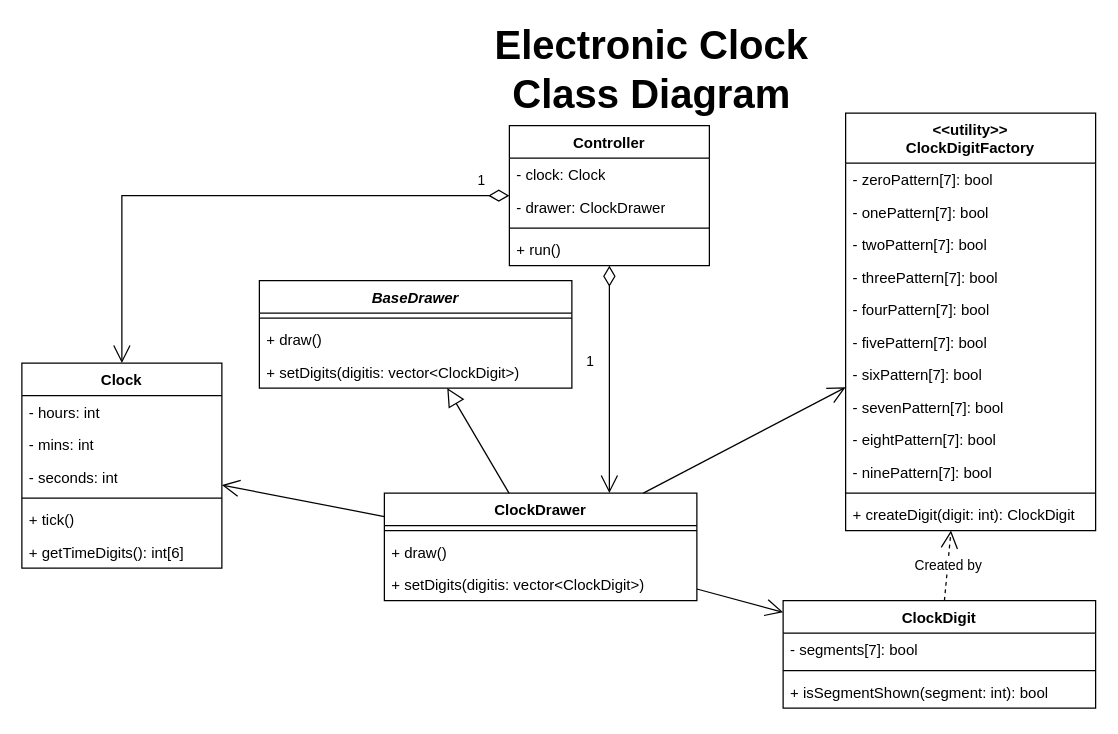
Above: ElectronicClock/uml-classes.drawio in ZipS1/ElectronicClock (draw.io), before the change. Source tidied: cells renumbered, new cells numbered last; positions are measured from the earlier drawing's top-left corner, leaving out a move shared by most shapes. Both pictures are drawn from the tidied source at 125%, with x=0, y=0 at pixel (21, 25).
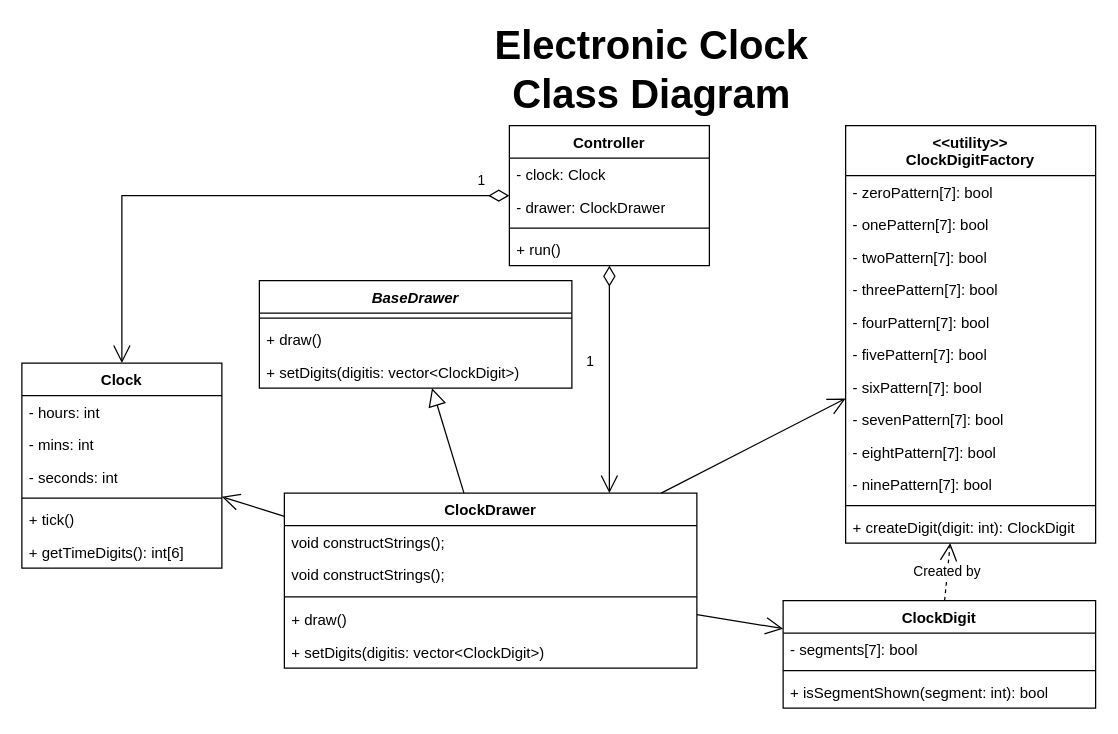
Above is the later version.

Commit message (it also covers changes not shown here):
Make polymorphism!

What changed in the source:
```diff
@@
     <mxCell id="11" value="ClockDrawer" style="swimlane;fontStyle=1;align=center;verticalAlign=top;horizontal=1;startSize=26;whiteSpace=wrap;html=1;" parent="1" vertex="1">
-      <mxGeometry x="290" y="374" width="250" height="86" as="geometry" />
+      <mxGeometry x="210" y="374" width="330" height="140" as="geometry" />
     </mxCell>
+    <mxCell id="47" value="&lt;div&gt;void constructStrings();&lt;/div&gt;&lt;div&gt;&lt;br&gt;&lt;/div&gt;" style="text;strokeColor=none;fillColor=none;align=left;verticalAlign=top;spacingLeft=4;spacingRight=4;overflow=hidden;whiteSpace=wrap;html=1;" parent="11" vertex="1">
+      <mxGeometry y="26" width="330" height="26" as="geometry" />
+    </mxCell>
+    <mxCell id="48" value="&lt;div&gt;void constructStrings();&lt;/div&gt;&lt;div&gt;&lt;br&gt;&lt;/div&gt;" style="text;strokeColor=none;fillColor=none;align=left;verticalAlign=top;spacingLeft=4;spacingRight=4;overflow=hidden;whiteSpace=wrap;html=1;" parent="11" vertex="1">
+      <mxGeometry y="52" width="330" height="26" as="geometry" />
+    </mxCell>
     <mxCell id="12" style="line;strokeWidth=1;fillColor=none;align=left;verticalAlign=middle;spacingTop=-1;spacingLeft=3;spacingRight=3;labelPosition=right;strokeColor=inherit;" parent="11" vertex="1">
-      <mxGeometry y="26" width="250" height="8" as="geometry" />
+      <mxGeometry y="78" width="330" height="10" as="geometry" />
     </mxCell>
     <mxCell id="13" value="+ draw()" style="text;strokeColor=none;fillColor=none;align=left;verticalAlign=top;spacingLeft=4;spacingRight=4;overflow=hidden;whiteSpace=wrap;html=1;" parent="11" vertex="1">
-      <mxGeometry y="34" width="250" height="26" as="geometry" />
+      <mxGeometry y="88" width="330" height="26" as="geometry" />
     </mxCell>
     <mxCell id="14" value="+ setDigits(digitis: vector&amp;lt;ClockDigit&amp;gt;)" style="text;strokeColor=none;fillColor=none;align=left;verticalAlign=top;spacingLeft=4;spacingRight=4;overflow=hidden;whiteSpace=wrap;html=1;" parent="11" vertex="1">
-      <mxGeometry y="60" width="250" height="26" as="geometry" />
+      <mxGeometry y="114" width="330" height="26" as="geometry" />
     </mxCell>
@@
     <mxCell id="19" value="&amp;lt;&amp;lt;utility&amp;gt;&amp;gt;&lt;br&gt;ClockDigitFactory" style="swimlane;fontStyle=1;align=center;verticalAlign=top;horizontal=1;startSize=40;whiteSpace=wrap;html=1;" parent="1" vertex="1">
-      <mxGeometry x="659" y="70" width="200" height="334" as="geometry" />
+      <mxGeometry x="659" y="80" width="200" height="334" as="geometry" />
     </mxCell>
```
